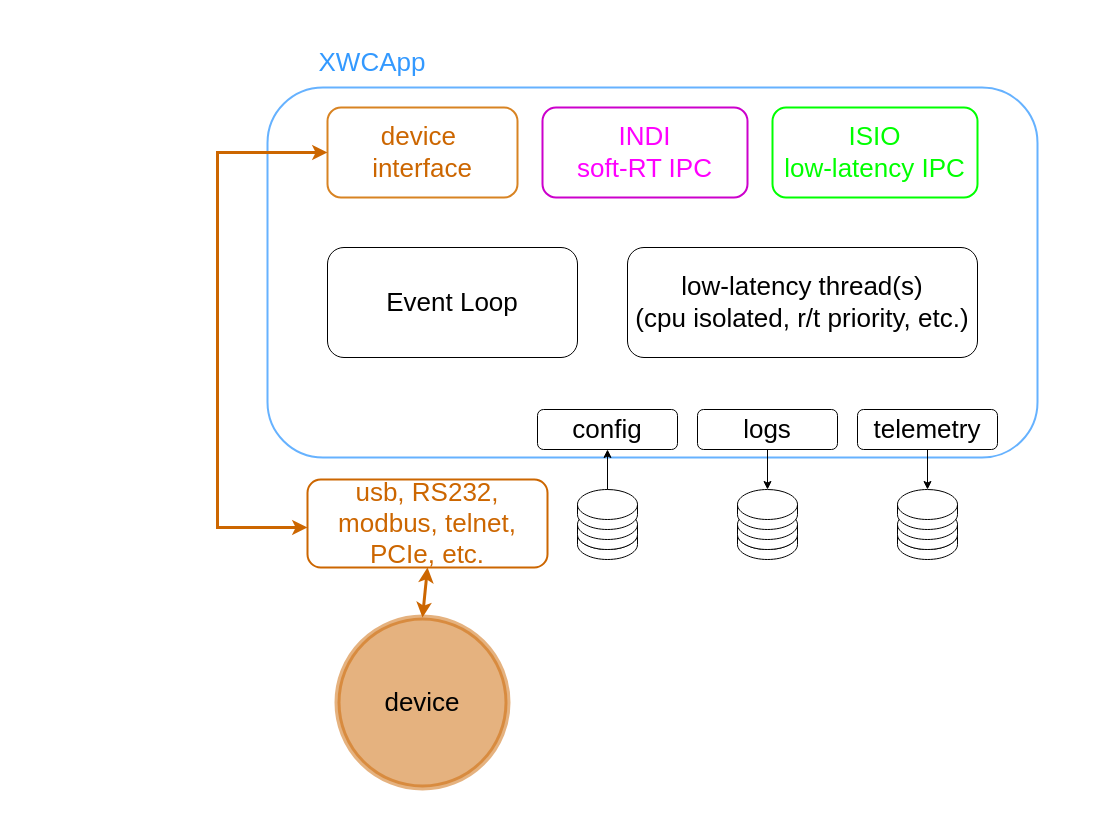
The draw.io diagram xwcapp.drawio in jaredmales/drawio, before the edit. Source tidied: cells renumbered, new cells numbered last; positions are measured from the earlier drawing's top-left corner, leaving out a move shared by most shapes. Both pictures are drawn from the tidied source at 100%, with x=0, y=0 at pixel (17, 47).
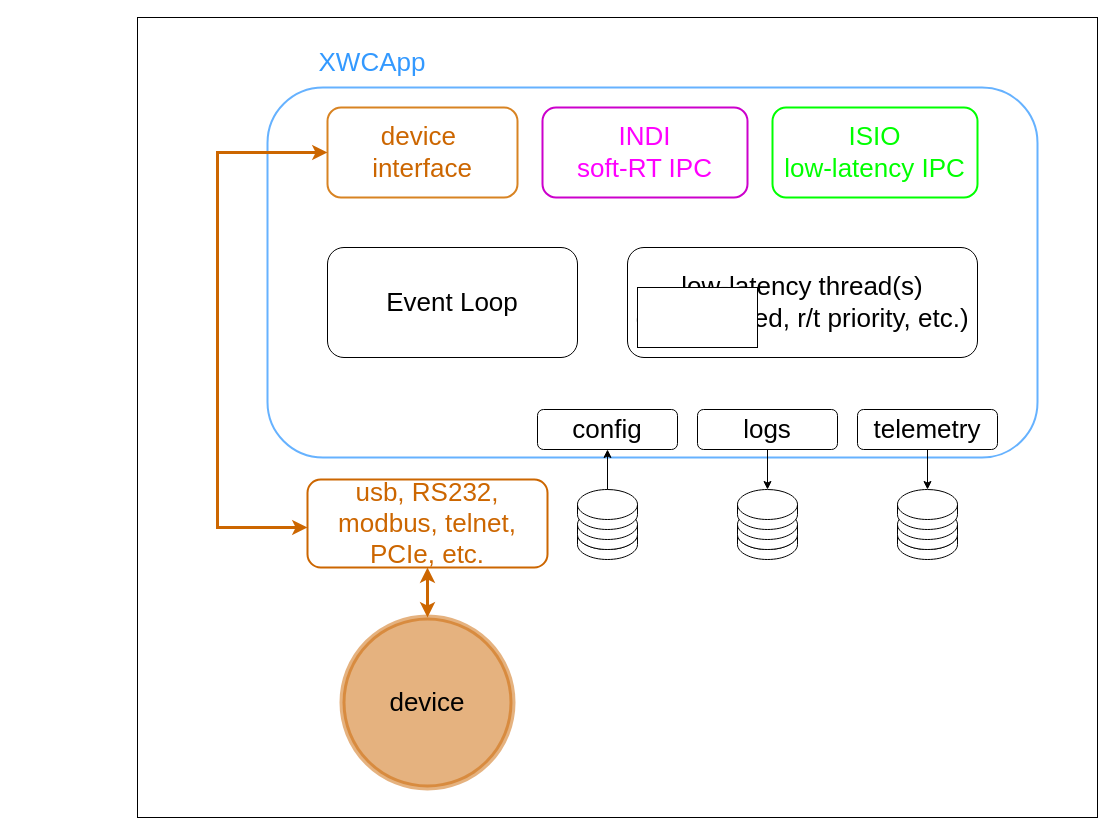
The same page after the edit.

Diff of the diagram source:
```diff
@@
-<mxGraphModel>
+<mxGraphModel background="#ffffff">
@@
+    <mxCell id="29" style="rounded=0;whiteSpace=wrap;html=1;" parent="1" vertex="1">
+      <mxGeometry x="120" y="-30" width="960" height="800" as="geometry" />
+    </mxCell>
@@
     <mxCell id="27" value="&lt;font style=&quot;font-size: 26px;&quot;&gt;device&lt;/font&gt;" style="ellipse;whiteSpace=wrap;html=1;fillColor=#CC6600;strokeColor=#CC6600;fillStyle=solid;opacity=50;strokeWidth=6;" parent="1" vertex="1">
-      <mxGeometry x="320" y="570" width="170" height="170" as="geometry" />
+      <mxGeometry x="325" y="570" width="170" height="170" as="geometry" />
     </mxCell>
@@
+    <mxCell id="30" style="rounded=0;whiteSpace=wrap;html=1;" parent="1" vertex="1">
+      <mxGeometry x="620" y="240" width="120" height="60" as="geometry" />
+    </mxCell>
+    <mxCell id="31" style="rounded=0;whiteSpace=wrap;html=1;" parent="1" vertex="1">
+      <mxGeometry x="620" y="240" width="120" height="60" as="geometry" />
+    </mxCell>
+    <mxCell id="32" style="rounded=0;whiteSpace=wrap;html=1;" parent="1" vertex="1">
+      <mxGeometry x="620" y="240" width="120" height="60" as="geometry" />
+    </mxCell>
```
